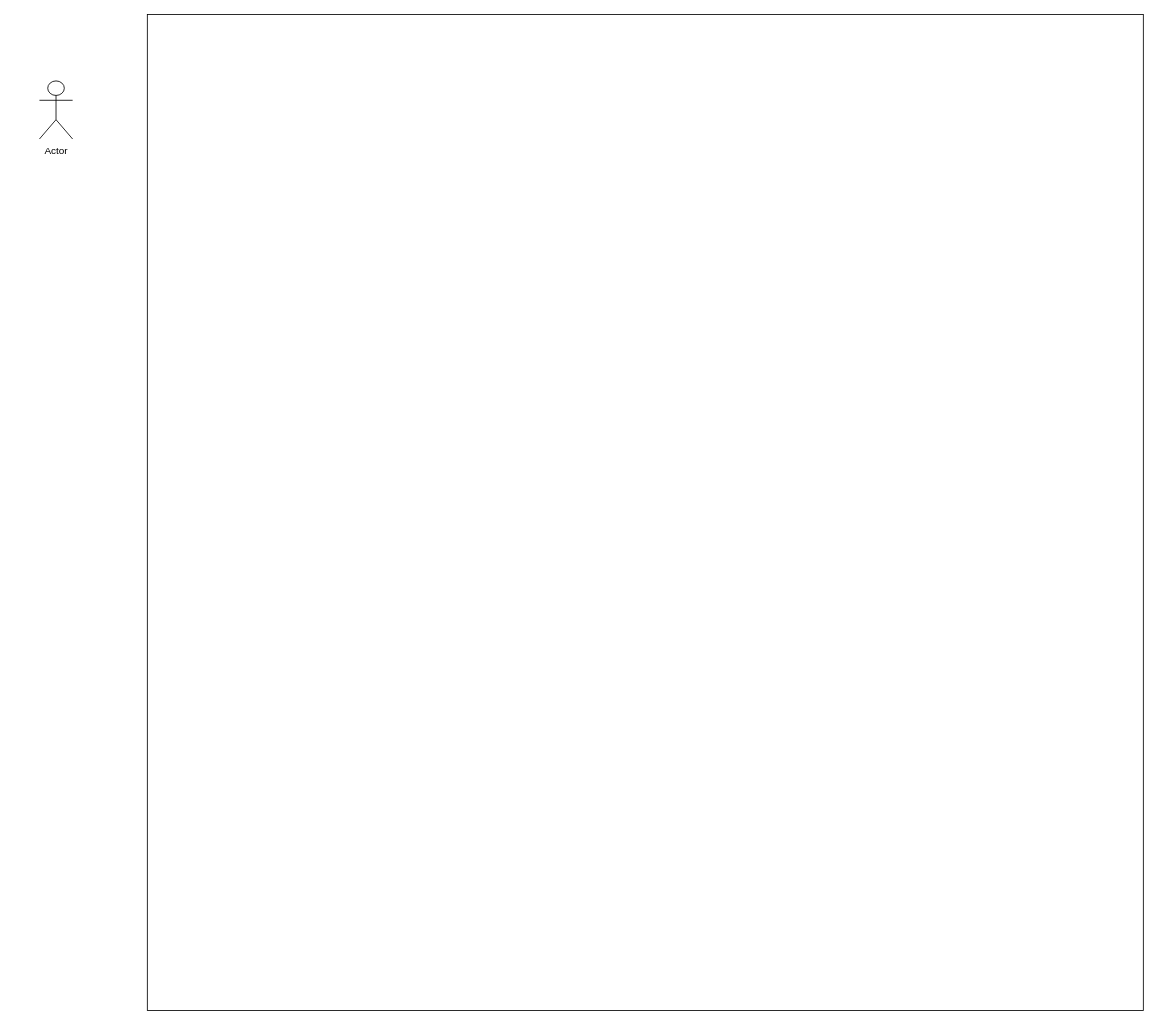
This is Untitled Diagram.drawio from loosker95/diagramme-de-cas-d-utilisation, a draw.io file, before an edit. Source tidied: cells renumbered, new cells numbered last; positions are measured from the earlier drawing's top-left corner, leaving out a move shared by most shapes. Both pictures are drawn from the tidied source at 83%, with x=0, y=0 at pixel (39, 14).
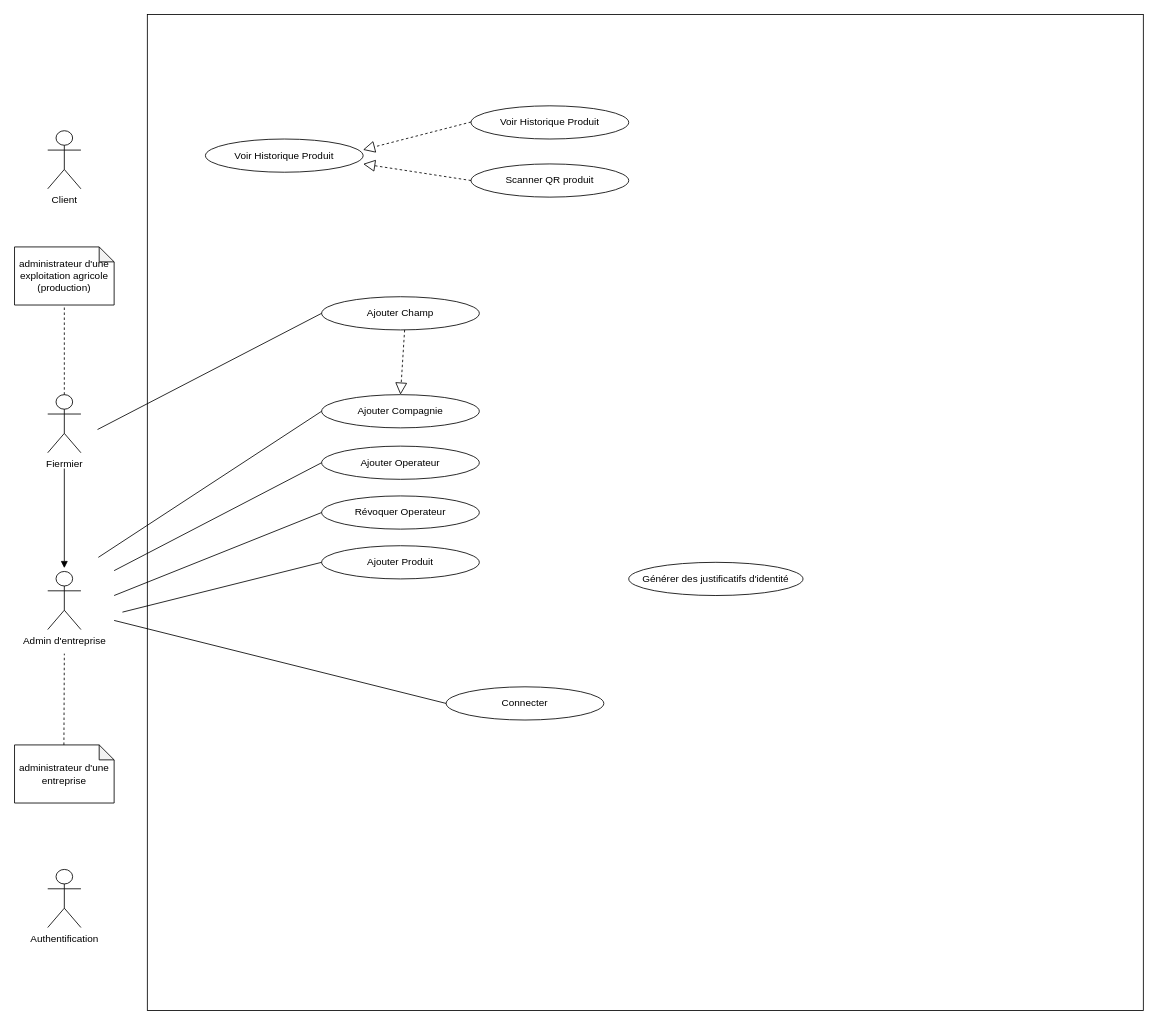
Above is the later version.

Diff of the diagram source:
```diff
@@
-    <mxCell id="3" value="Actor" style="shape=umlActor;verticalLabelPosition=bottom;labelBackgroundColor=#ffffff;verticalAlign=top;html=1;" parent="1" vertex="1">
-      <mxGeometry y="80" width="40" height="70" as="geometry" />
-    </mxCell>
+    <mxCell id="4" value="Client" style="shape=umlActor;verticalLabelPosition=bottom;labelBackgroundColor=#ffffff;verticalAlign=top;html=1;" parent="1" vertex="1">
+      <mxGeometry x="10" y="140" width="40" height="70" as="geometry" />
+    </mxCell>
+    <mxCell id="5" value="Fiermier" style="shape=umlActor;verticalLabelPosition=bottom;labelBackgroundColor=#ffffff;verticalAlign=top;html=1;outlineConnect=0;" parent="1" vertex="1">
+      <mxGeometry x="10" y="458" width="40" height="70" as="geometry" />
+    </mxCell>
+    <mxCell id="6" value="administrateur d'une exploitation agricole (production)" style="shape=note;whiteSpace=wrap;html=1;backgroundOutline=1;darkOpacity=0.05;size=18;" parent="1" vertex="1">
+      <mxGeometry x="-30" y="280" width="120" height="70" as="geometry" />
+    </mxCell>
+    <mxCell id="7" style="endArrow=none;dashed=1;html=1;entryX=0.5;entryY=1;entryDx=0;entryDy=0;entryPerimeter=0;exitX=0.5;exitY=0;exitDx=0;exitDy=0;exitPerimeter=0;" parent="1" edge="1" source="5" target="6">
+      <mxGeometry relative="1" as="geometry" />
+    </mxCell>
+    <mxCell id="8" value="Admin d'entreprise" style="shape=umlActor;verticalLabelPosition=bottom;labelBackgroundColor=#ffffff;verticalAlign=top;html=1;" parent="1" vertex="1">
+      <mxGeometry x="10" y="671" width="40" height="70" as="geometry" />
+    </mxCell>
+    <mxCell id="9" style="endArrow=block;endFill=1;endSize=6;html=1;entryX=0.5;entryY=0;entryDx=0;entryDy=0;entryPerimeter=0;" parent="1" edge="1">
+      <mxGeometry relative="1" as="geometry">
+        <mxPoint x="30" y="547" as="sourcePoint" />
+        <mxPoint x="30" y="667" as="targetPoint" />
+      </mxGeometry>
+    </mxCell>
+    <mxCell id="10" value="administrateur d'une entreprise" style="shape=note;whiteSpace=wrap;html=1;backgroundOutline=1;darkOpacity=0.05;size=18;" parent="1" vertex="1">
+      <mxGeometry x="-30" y="880" width="120" height="70" as="geometry" />
+    </mxCell>
+    <mxCell id="11" style="endArrow=none;dashed=1;html=1;exitX=0.5;exitY=0;exitDx=0;exitDy=0;exitPerimeter=0;" parent="1" edge="1">
+      <mxGeometry relative="1" as="geometry">
+        <mxPoint x="29.5" y="880" as="sourcePoint" />
+        <mxPoint x="30" y="770" as="targetPoint" />
+      </mxGeometry>
+    </mxCell>
+    <mxCell id="12" value="Authentification" style="shape=umlActor;verticalLabelPosition=bottom;labelBackgroundColor=#ffffff;verticalAlign=top;html=1;" parent="1" vertex="1">
+      <mxGeometry x="10" y="1030" width="40" height="70" as="geometry" />
+    </mxCell>
+    <mxCell id="13" value="Voir Historique Produit" style="ellipse;whiteSpace=wrap;html=1;" parent="1" vertex="1">
+      <mxGeometry x="200" y="150" width="190" height="40" as="geometry" />
+    </mxCell>
+    <mxCell id="14" value="Voir Historique Produit" style="ellipse;whiteSpace=wrap;html=1;" parent="1" vertex="1">
+      <mxGeometry x="520" y="110" width="190" height="40" as="geometry" />
+    </mxCell>
+    <mxCell id="15" value="Scanner QR produit" style="ellipse;whiteSpace=wrap;html=1;" parent="1" vertex="1">
+      <mxGeometry x="520" y="180" width="190" height="40" as="geometry" />
+    </mxCell>
+    <mxCell id="16" style="endArrow=block;dashed=1;endFill=0;endSize=12;html=1;entryX=0.999;entryY=0.325;entryDx=0;entryDy=0;entryPerimeter=0;" parent="1" edge="1" target="13">
+      <mxGeometry relative="1" as="geometry">
+        <mxPoint x="520" y="129.5" as="sourcePoint" />
+      </mxGeometry>
+    </mxCell>
+    <mxCell id="17" style="endArrow=block;dashed=1;endFill=0;endSize=12;html=1;exitX=0;exitY=0.5;exitDx=0;exitDy=0;entryX=1;entryY=0.75;entryDx=0;entryDy=0;entryPerimeter=0;" parent="1" edge="1" source="15" target="13">
+      <mxGeometry relative="1" as="geometry" />
+    </mxCell>
+    <mxCell id="18" value="Ajouter Champ" style="ellipse;whiteSpace=wrap;html=1;" parent="1" vertex="1">
+      <mxGeometry x="340" y="340" width="190" height="40" as="geometry" />
+    </mxCell>
+    <mxCell id="19" value="Ajouter Produit" style="ellipse;whiteSpace=wrap;html=1;" parent="1" vertex="1">
+      <mxGeometry x="340" y="640" width="190" height="40" as="geometry" />
+    </mxCell>
+    <mxCell id="20" value="Révoquer Operateur" style="ellipse;whiteSpace=wrap;html=1;" parent="1" vertex="1">
+      <mxGeometry x="340" y="580" width="190" height="40" as="geometry" />
+    </mxCell>
+    <mxCell id="21" value="Ajouter Compagnie" style="ellipse;whiteSpace=wrap;html=1;" parent="1" vertex="1">
+      <mxGeometry x="340" y="458" width="190" height="40" as="geometry" />
+    </mxCell>
+    <mxCell id="22" value="Ajouter Operateur" style="ellipse;whiteSpace=wrap;html=1;" parent="1" vertex="1">
+      <mxGeometry x="340" y="520" width="190" height="40" as="geometry" />
+    </mxCell>
+    <mxCell id="23" style="endArrow=none;html=1;entryX=0;entryY=0.5;entryDx=0;entryDy=0;" parent="1" edge="1" target="18">
+      <mxGeometry relative="1" as="geometry">
+        <mxPoint x="70" y="500" as="sourcePoint" />
+      </mxGeometry>
+    </mxCell>
+    <mxCell id="24" style="endArrow=none;html=1;entryX=0;entryY=0.5;entryDx=0;entryDy=0;" parent="1" edge="1">
+      <mxGeometry relative="1" as="geometry">
+        <mxPoint x="90" y="670" as="sourcePoint" />
+        <mxPoint x="340" y="540" as="targetPoint" />
+      </mxGeometry>
+    </mxCell>
+    <mxCell id="25" style="endArrow=none;html=1;entryX=0;entryY=0.5;entryDx=0;entryDy=0;" parent="1" edge="1" target="20">
+      <mxGeometry relative="1" as="geometry">
+        <mxPoint x="90" y="700" as="sourcePoint" />
+      </mxGeometry>
+    </mxCell>
+    <mxCell id="26" style="endArrow=none;html=1;entryX=0;entryY=0.5;entryDx=0;entryDy=0;" parent="1" edge="1" target="19">
+      <mxGeometry relative="1" as="geometry">
+        <mxPoint x="100" y="720" as="sourcePoint" />
+      </mxGeometry>
+    </mxCell>
+    <mxCell id="27" style="endArrow=none;html=1;entryX=0;entryY=0.5;entryDx=0;entryDy=0;" parent="1" edge="1" target="21">
+      <mxGeometry relative="1" as="geometry">
+        <mxPoint x="71" y="654" as="sourcePoint" />
+      </mxGeometry>
+    </mxCell>
+    <mxCell id="28" value="Connecter" style="ellipse;whiteSpace=wrap;html=1;" parent="1" vertex="1">
+      <mxGeometry x="490" y="810" width="190" height="40" as="geometry" />
+    </mxCell>
+    <mxCell id="29" style="endArrow=none;html=1;entryX=0;entryY=0.5;entryDx=0;entryDy=0;" parent="1" edge="1" target="28">
+      <mxGeometry relative="1" as="geometry">
+        <mxPoint x="90" y="730" as="sourcePoint" />
+      </mxGeometry>
+    </mxCell>
+    <mxCell id="30" style="endArrow=block;dashed=1;endFill=0;endSize=12;html=1;exitX=0;exitY=0.5;exitDx=0;exitDy=0;entryX=0.5;entryY=0;entryDx=0;entryDy=0;" parent="1" edge="1" target="21">
+      <mxGeometry relative="1" as="geometry">
+        <mxPoint x="440" y="380" as="sourcePoint" />
+      </mxGeometry>
+    </mxCell>
+    <mxCell id="31" value="Générer des justificatifs d'identité" style="ellipse;whiteSpace=wrap;html=1;" parent="1" vertex="1">
+      <mxGeometry x="710" y="660" width="210" height="40" as="geometry" />
+    </mxCell>
```
